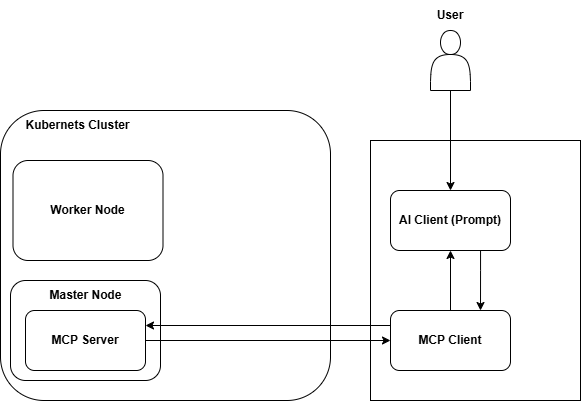
Before: image/schema-2.png, a diagram exported from draw.io (aldialvayadi2/simple-tools-security-scanner-kubernetes). Source tidied: cells renumbered, new cells last; positions are measured from the earlier drawing's top-left corner, leaving out a move shared by most shapes. Source of this version:
```xml
<mxGraphModel>
  <root>
    <mxCell id="0" />
    <mxCell id="1" parent="0" />
    <mxCell id="2" style="rounded=1;whiteSpace=wrap;html=1;" parent="1" vertex="1">
      <mxGeometry y="110" width="330" height="290" as="geometry" />
    </mxCell>
    <mxCell id="3" style="rounded=1;whiteSpace=wrap;html=1;" parent="1" vertex="1">
      <mxGeometry x="10" y="280" width="150" height="100" as="geometry" />
    </mxCell>
    <mxCell id="4" value="&lt;b&gt;MCP Server&lt;/b&gt;" style="rounded=1;whiteSpace=wrap;html=1;" parent="1" vertex="1">
      <mxGeometry x="25" y="310" width="120" height="60" as="geometry" />
    </mxCell>
    <mxCell id="5" style="rounded=0;whiteSpace=wrap;html=1;" parent="1" vertex="1">
      <mxGeometry x="370" y="140" width="210" height="260" as="geometry" />
    </mxCell>
    <mxCell id="6" style="edgeStyle=orthogonalEdgeStyle;rounded=0;jettySize=auto;html=1;entryX=1;entryY=0.25;entryDx=0;entryDy=0;exitX=0;exitY=0.25;exitDx=0;exitDy=0;" parent="1" edge="1" source="8" target="4">
      <mxGeometry relative="1" as="geometry" />
    </mxCell>
    <mxCell id="7" style="edgeStyle=orthogonalEdgeStyle;rounded=0;jettySize=auto;html=1;entryX=0.5;entryY=1;entryDx=0;entryDy=0;" parent="1" edge="1" source="8" target="10">
      <mxGeometry relative="1" as="geometry" />
    </mxCell>
    <mxCell id="8" value="&lt;b&gt;MCP Client&lt;/b&gt;" style="rounded=1;whiteSpace=wrap;html=1;" parent="1" vertex="1">
      <mxGeometry x="390" y="310" width="120" height="60" as="geometry" />
    </mxCell>
    <mxCell id="9" style="edgeStyle=orthogonalEdgeStyle;rounded=0;jettySize=auto;html=1;entryX=0.75;entryY=0;entryDx=0;entryDy=0;" parent="1" edge="1" source="10" target="8">
      <mxGeometry relative="1" as="geometry">
        <Array as="points">
          <mxPoint x="480" y="270" />
          <mxPoint x="480" y="270" />
        </Array>
      </mxGeometry>
    </mxCell>
    <mxCell id="10" value="&lt;b&gt;AI Client (Prompt)&lt;/b&gt;" style="rounded=1;whiteSpace=wrap;html=1;" parent="1" vertex="1">
      <mxGeometry x="390" y="190" width="120" height="60" as="geometry" />
    </mxCell>
    <mxCell id="11" style="edgeStyle=orthogonalEdgeStyle;rounded=0;orthogonalLoop=1;jettySize=auto;html=1;exitX=0.5;exitY=1;exitDx=0;exitDy=0;" parent="1" edge="1" source="10" target="10">
      <mxGeometry relative="1" as="geometry" />
    </mxCell>
    <mxCell id="12" style="edgeStyle=orthogonalEdgeStyle;rounded=0;jettySize=auto;html=1;entryX=0;entryY=0.5;entryDx=0;entryDy=0;" parent="1" edge="1" source="4" target="8">
      <mxGeometry relative="1" as="geometry" />
    </mxCell>
    <mxCell id="13" style="edgeStyle=orthogonalEdgeStyle;rounded=0;jettySize=auto;html=1;entryX=0.5;entryY=0;entryDx=0;entryDy=0;" parent="1" edge="1" source="14" target="10">
      <mxGeometry relative="1" as="geometry" />
    </mxCell>
    <mxCell id="14" style="shape=actor;whiteSpace=wrap;html=1;" parent="1" vertex="1">
      <mxGeometry x="430" y="30" width="40" height="60" as="geometry" />
    </mxCell>
    <mxCell id="15" value="User" style="text;html=1;whiteSpace=wrap;strokeColor=none;fillColor=none;align=center;verticalAlign=middle;rounded=0;fontStyle=1;" parent="1" vertex="1">
      <mxGeometry x="420" width="60" height="30" as="geometry" />
    </mxCell>
    <mxCell id="16" value="Kubernets Cluster" style="text;html=1;whiteSpace=wrap;strokeColor=none;fillColor=none;align=center;verticalAlign=middle;rounded=0;fontStyle=1;" parent="1" vertex="1">
      <mxGeometry y="110" width="155" height="30" as="geometry" />
    </mxCell>
    <mxCell id="17" value="Master Node" style="text;html=1;whiteSpace=wrap;strokeColor=none;fillColor=none;align=center;verticalAlign=middle;rounded=0;fontStyle=1;" parent="1" vertex="1">
      <mxGeometry x="7.5" y="280" width="155" height="30" as="geometry" />
    </mxCell>
    <mxCell id="18" style="rounded=1;whiteSpace=wrap;html=1;" parent="1" vertex="1">
      <mxGeometry x="12.5" y="160" width="150" height="100" as="geometry" />
    </mxCell>
    <mxCell id="19" value="Worker Node" style="text;html=1;whiteSpace=wrap;strokeColor=none;fillColor=none;align=center;verticalAlign=middle;rounded=0;fontStyle=1;" parent="1" vertex="1">
      <mxGeometry x="10" y="195" width="155" height="30" as="geometry" />
    </mxCell>
  </root>
</mxGraphModel>
```
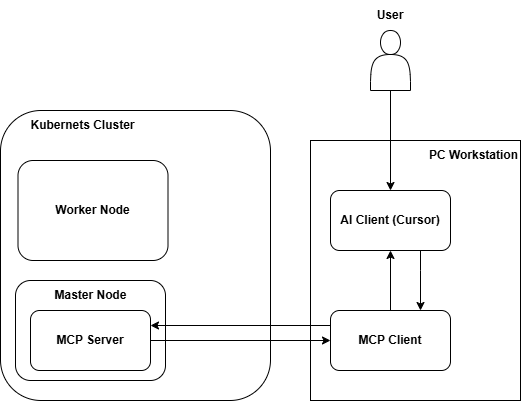
After the commit.

Commit message:
Updating Architecture Topology

Diff of the diagram source:
```diff
@@ -3,13 +3,13 @@
     <mxCell id="0" />
     <mxCell id="1" parent="0" />
     <mxCell id="2" style="rounded=1;whiteSpace=wrap;html=1;" parent="1" vertex="1">
-      <mxGeometry y="110" width="330" height="290" as="geometry" />
+      <mxGeometry x="60" y="110" width="270" height="290" as="geometry" />
     </mxCell>
     <mxCell id="3" style="rounded=1;whiteSpace=wrap;html=1;" parent="1" vertex="1">
-      <mxGeometry x="10" y="280" width="150" height="100" as="geometry" />
+      <mxGeometry x="75" y="280" width="150" height="100" as="geometry" />
     </mxCell>
     <mxCell id="4" value="&lt;b&gt;MCP Server&lt;/b&gt;" style="rounded=1;whiteSpace=wrap;html=1;" parent="1" vertex="1">
-      <mxGeometry x="25" y="310" width="120" height="60" as="geometry" />
+      <mxGeometry x="90" y="310" width="120" height="60" as="geometry" />
     </mxCell>
     <mxCell id="5" style="rounded=0;whiteSpace=wrap;html=1;" parent="1" vertex="1">
       <mxGeometry x="370" y="140" width="210" height="260" as="geometry" />
@@ -31,7 +31,7 @@
         </Array>
       </mxGeometry>
     </mxCell>
-    <mxCell id="10" value="&lt;b&gt;AI Client (Prompt)&lt;/b&gt;" style="rounded=1;whiteSpace=wrap;html=1;" parent="1" vertex="1">
+    <mxCell id="10" value="&lt;b&gt;AI Client (Cursor)&lt;/b&gt;" style="rounded=1;whiteSpace=wrap;html=1;" parent="1" vertex="1">
       <mxGeometry x="390" y="190" width="120" height="60" as="geometry" />
     </mxCell>
     <mxCell id="11" style="edgeStyle=orthogonalEdgeStyle;rounded=0;orthogonalLoop=1;jettySize=auto;html=1;exitX=0.5;exitY=1;exitDx=0;exitDy=0;" parent="1" edge="1" source="10" target="10">
@@ -50,16 +50,19 @@
       <mxGeometry x="420" width="60" height="30" as="geometry" />
     </mxCell>
     <mxCell id="16" value="Kubernets Cluster" style="text;html=1;whiteSpace=wrap;strokeColor=none;fillColor=none;align=center;verticalAlign=middle;rounded=0;fontStyle=1;" parent="1" vertex="1">
-      <mxGeometry y="110" width="155" height="30" as="geometry" />
+      <mxGeometry x="65" y="110" width="155" height="30" as="geometry" />
     </mxCell>
     <mxCell id="17" value="Master Node" style="text;html=1;whiteSpace=wrap;strokeColor=none;fillColor=none;align=center;verticalAlign=middle;rounded=0;fontStyle=1;" parent="1" vertex="1">
-      <mxGeometry x="7.5" y="280" width="155" height="30" as="geometry" />
+      <mxGeometry x="72.5" y="280" width="155" height="30" as="geometry" />
     </mxCell>
     <mxCell id="18" style="rounded=1;whiteSpace=wrap;html=1;" parent="1" vertex="1">
-      <mxGeometry x="12.5" y="160" width="150" height="100" as="geometry" />
+      <mxGeometry x="77.5" y="160" width="150" height="100" as="geometry" />
     </mxCell>
     <mxCell id="19" value="Worker Node" style="text;html=1;whiteSpace=wrap;strokeColor=none;fillColor=none;align=center;verticalAlign=middle;rounded=0;fontStyle=1;" parent="1" vertex="1">
-      <mxGeometry x="10" y="195" width="155" height="30" as="geometry" />
+      <mxGeometry x="75" y="195" width="155" height="30" as="geometry" />
     </mxCell>
+    <mxCell id="20" value="PC Workstation" style="text;html=1;whiteSpace=wrap;strokeColor=none;fillColor=none;align=right;verticalAlign=middle;rounded=0;fontStyle=1;" parent="1" vertex="1">
+      <mxGeometry x="425" y="140" width="155" height="30" as="geometry" />
+    </mxCell>
   </root>
 </mxGraphModel>
```
